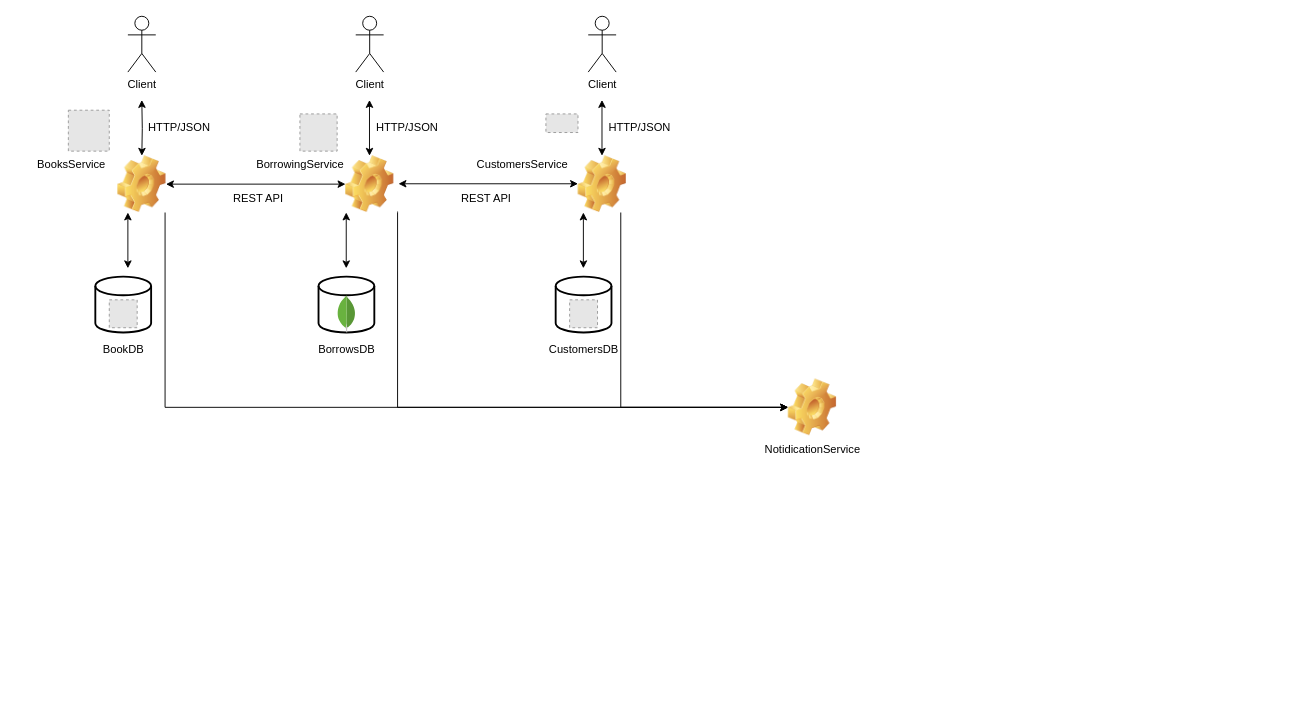
This is architettura.drawio from pabalaba/ITS_ICT_Microservices, a draw.io file, before an edit. Source tidied: cells renumbered, new cells numbered last; positions are measured from the earlier drawing's top-left corner, leaving out a move shared by most shapes. Both pictures are drawn from the tidied source at 93%, with x=0, y=0 at pixel (24, 16). Pictures stored in the file or linked from it are replaced by grey dashed boxes.
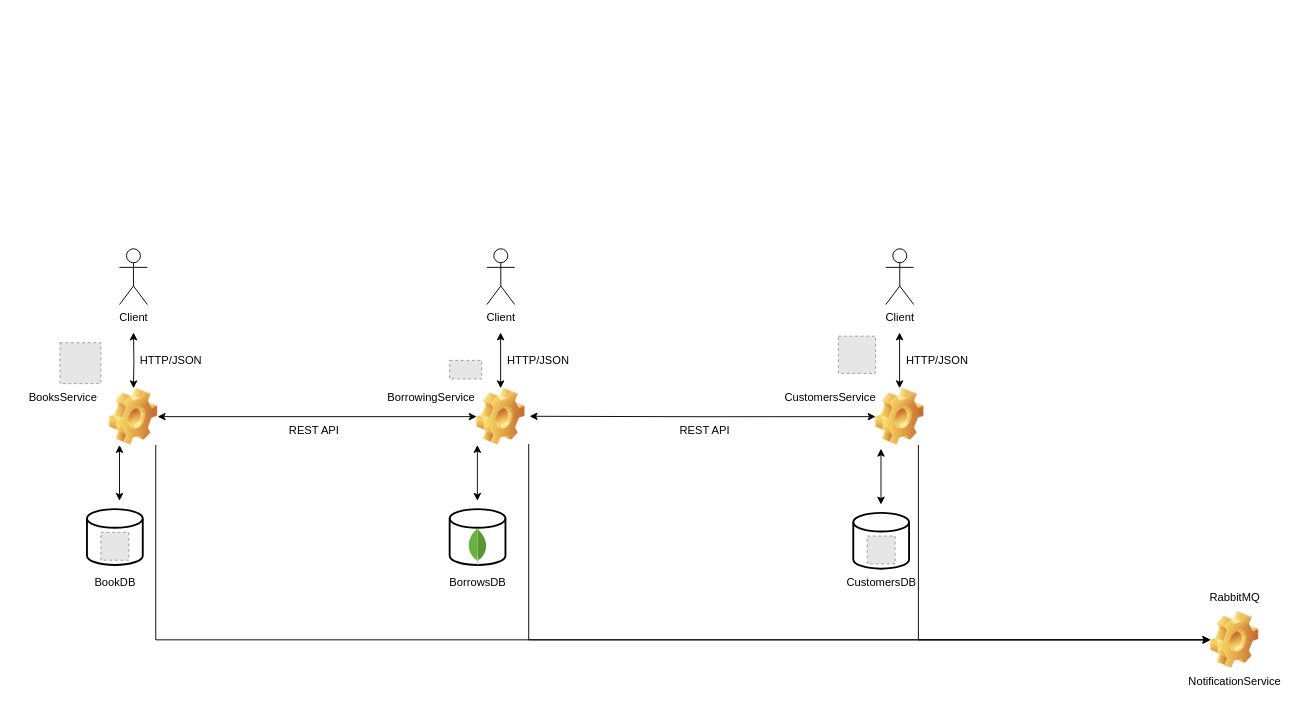
After the change.

What changed in the source:
```diff
@@
     <mxCell id="2" style="edgeStyle=orthogonalEdgeStyle;rounded=0;jettySize=auto;html=1;startArrow=classic;startFill=1;" parent="1" edge="1" target="8">
       <mxGeometry relative="1" as="geometry">
-        <mxPoint x="126" y="90" as="sourcePoint" />
+        <mxPoint x="117" y="340" as="sourcePoint" />
       </mxGeometry>
     </mxCell>
     <mxCell id="3" value="Client" style="shape=umlActor;verticalLabelPosition=bottom;verticalAlign=top;html=1;" parent="1" vertex="1">
-      <mxGeometry x="111" width="30" height="60" as="geometry" />
+      <mxGeometry x="102" y="250" width="30" height="60" as="geometry" />
     </mxCell>
     <mxCell id="4" value="Client" style="shape=umlActor;verticalLabelPosition=bottom;verticalAlign=top;html=1;" parent="1" vertex="1">
-      <mxGeometry x="356" width="30" height="60" as="geometry" />
+      <mxGeometry x="497" y="250" width="30" height="60" as="geometry" />
     </mxCell>
     <mxCell id="5" value="Client" style="shape=umlActor;verticalLabelPosition=bottom;verticalAlign=top;html=1;" parent="1" vertex="1">
-      <mxGeometry x="606" width="30" height="60" as="geometry" />
+      <mxGeometry x="926" y="250" width="30" height="60" as="geometry" />
     </mxCell>
     <mxCell id="6" style="edgeStyle=orthogonalEdgeStyle;rounded=0;jettySize=auto;html=1;entryX=0;entryY=0.5;entryDx=0;entryDy=0;startArrow=none;startFill=0;" parent="1" edge="1" source="8" target="35">
       <mxGeometry relative="1" as="geometry">
         <Array as="points">
-          <mxPoint x="151" y="421" />
+          <mxPoint x="141" y="671" />
         </Array>
       </mxGeometry>
     </mxCell>
@@
     <mxCell id="8" style="shape=image;html=1;verticalLabelPosition=bottom;verticalAlign=top;imageAspect=1;image=img/clipart/Gear_128x128.png;" parent="1" vertex="1">
-      <mxGeometry x="100" y="150" width="52" height="61" as="geometry" />
+      <mxGeometry x="91" y="400" width="52" height="61" as="geometry" />
     </mxCell>
     <mxCell id="9" style="shape=image;html=1;verticalLabelPosition=bottom;verticalAlign=top;imageAspect=1;image=img/clipart/Gear_128x128.png;" parent="1" vertex="1">
-      <mxGeometry x="345" y="150" width="52" height="61" as="geometry" />
+      <mxGeometry x="486" y="400" width="52" height="61" as="geometry" />
     </mxCell>
     <mxCell id="10" style="edgeStyle=orthogonalEdgeStyle;rounded=0;jettySize=auto;html=1;entryX=0;entryY=0.5;entryDx=0;entryDy=0;startArrow=none;startFill=0;" parent="1" edge="1" source="11" target="35">
       <mxGeometry relative="1" as="geometry">
         <Array as="points">
-          <mxPoint x="641" y="421" />
+          <mxPoint x="961" y="671" />
         </Array>
       </mxGeometry>
     </mxCell>
     <mxCell id="11" style="shape=image;html=1;verticalLabelPosition=bottom;verticalAlign=top;imageAspect=1;image=img/clipart/Gear_128x128.png;" parent="1" vertex="1">
-      <mxGeometry x="595" y="150" width="52" height="61" as="geometry" />
+      <mxGeometry x="915" y="400" width="52" height="61" as="geometry" />
     </mxCell>
     <mxCell id="12" style="edgeStyle=orthogonalEdgeStyle;rounded=0;orthogonalLoop=1;jettySize=auto;html=1;startArrow=classic;startFill=1;" parent="1" edge="1">
       <mxGeometry relative="1" as="geometry">
-        <mxPoint x="370.8" y="90" as="sourcePoint" />
-        <mxPoint x="370.8" y="150" as="targetPoint" />
+        <mxPoint x="511.8" y="340" as="sourcePoint" />
+        <mxPoint x="511.8" y="400" as="targetPoint" />
       </mxGeometry>
     </mxCell>
     <mxCell id="13" style="edgeStyle=orthogonalEdgeStyle;rounded=0;orthogonalLoop=1;jettySize=auto;html=1;startArrow=classic;startFill=1;" parent="1" edge="1">
       <mxGeometry relative="1" as="geometry">
-        <mxPoint x="620.8" y="90" as="sourcePoint" />
-        <mxPoint x="620.8" y="150" as="targetPoint" />
+        <mxPoint x="940.8" y="340" as="sourcePoint" />
+        <mxPoint x="940.8" y="400" as="targetPoint" />
       </mxGeometry>
     </mxCell>
     <mxCell id="14" value="HTTP/JSON" style="text;html=1;align=center;verticalAlign=middle;strokeColor=none;fillColor=none;" parent="1" vertex="1">
-      <mxGeometry x="121" y="105" width="90" height="30" as="geometry" />
+      <mxGeometry x="112" y="355" width="90" height="30" as="geometry" />
     </mxCell>
     <mxCell id="15" value="HTTP/JSON" style="text;html=1;align=center;verticalAlign=middle;strokeColor=none;fillColor=none;" parent="1" vertex="1">
-      <mxGeometry x="366" y="105" width="90" height="30" as="geometry" />
+      <mxGeometry x="507" y="355" width="90" height="30" as="geometry" />
     </mxCell>
     <mxCell id="16" value="HTTP/JSON" style="text;html=1;align=center;verticalAlign=middle;strokeColor=none;fillColor=none;" parent="1" vertex="1">
-      <mxGeometry x="616" y="105" width="90" height="30" as="geometry" />
+      <mxGeometry x="936" y="355" width="90" height="30" as="geometry" />
     </mxCell>
     <mxCell id="17" style="edgeStyle=orthogonalEdgeStyle;rounded=0;orthogonalLoop=1;jettySize=auto;html=1;startArrow=classic;startFill=1;" parent="1" edge="1">
       <mxGeometry relative="1" as="geometry">
-        <mxPoint x="111" y="211" as="sourcePoint" />
-        <mxPoint x="111" y="271" as="targetPoint" />
+        <mxPoint x="102" y="461" as="sourcePoint" />
+        <mxPoint x="102" y="521" as="targetPoint" />
       </mxGeometry>
     </mxCell>
     <mxCell id="18" style="edgeStyle=orthogonalEdgeStyle;rounded=0;orthogonalLoop=1;jettySize=auto;html=1;startArrow=classic;startFill=1;" parent="1" edge="1">
       <mxGeometry relative="1" as="geometry">
-        <mxPoint x="345.8" y="211" as="sourcePoint" />
-        <mxPoint x="345.8" y="271" as="targetPoint" />
+        <mxPoint x="486.8" y="461" as="sourcePoint" />
+        <mxPoint x="486.8" y="521" as="targetPoint" />
       </mxGeometry>
     </mxCell>
     <mxCell id="19" style="edgeStyle=orthogonalEdgeStyle;rounded=0;orthogonalLoop=1;jettySize=auto;html=1;startArrow=classic;startFill=1;" parent="1" edge="1">
       <mxGeometry relative="1" as="geometry">
-        <mxPoint x="600.8" y="211" as="sourcePoint" />
-        <mxPoint x="600.8" y="271" as="targetPoint" />
+        <mxPoint x="920.8" y="465" as="sourcePoint" />
+        <mxPoint x="920.8" y="525" as="targetPoint" />
       </mxGeometry>
     </mxCell>
     <mxCell id="20" style="strokeWidth=2;html=1;shape=mxgraph.flowchart.database;whiteSpace=wrap;" parent="1" vertex="1">
-      <mxGeometry x="76" y="280" width="60" height="60" as="geometry" />
+      <mxGeometry x="67" y="530" width="60" height="60" as="geometry" />
     </mxCell>
     <mxCell id="21" style="strokeWidth=2;html=1;shape=mxgraph.flowchart.database;whiteSpace=wrap;" parent="1" vertex="1">
-      <mxGeometry x="316" y="280" width="60" height="60" as="geometry" />
+      <mxGeometry x="457" y="530" width="60" height="60" as="geometry" />
     </mxCell>
     <mxCell id="22" style="strokeWidth=2;html=1;shape=mxgraph.flowchart.database;whiteSpace=wrap;" parent="1" vertex="1">
-      <mxGeometry x="571" y="280" width="60" height="60" as="geometry" />
+      <mxGeometry x="891" y="534" width="60" height="60" as="geometry" />
     </mxCell>
     <mxCell id="23" style="dashed=0;html=1;align=center;labelPosition=center;verticalLabelPosition=bottom;verticalAlign=top;shape=mxgraph.weblogos.mongodb;" parent="1" vertex="1">
-      <mxGeometry x="336" y="299.8" width="20" height="40.2" as="geometry" />
+      <mxGeometry x="477" y="549.8" width="20" height="40.2" as="geometry" />
     </mxCell>
     <mxCell id="24" value="BookDB" style="text;html=1;align=center;verticalAlign=middle;strokeColor=none;fillColor=none;" parent="1" vertex="1">
-      <mxGeometry x="71" y="344" width="70" height="30" as="geometry" />
+      <mxGeometry x="62" y="594" width="70" height="30" as="geometry" />
     </mxCell>
     <mxCell id="25" value="CustomersDB" style="text;html=1;align=center;verticalAlign=middle;strokeColor=none;fillColor=none;" parent="1" vertex="1">
-      <mxGeometry x="551" y="344" width="100" height="30" as="geometry" />
+      <mxGeometry x="871" y="594" width="100" height="30" as="geometry" />
     </mxCell>
     <mxCell id="26" value="BorrowsDB" style="text;html=1;align=center;verticalAlign=middle;strokeColor=none;fillColor=none;" parent="1" vertex="1">
-      <mxGeometry x="306" y="344" width="80" height="30" as="geometry" />
+      <mxGeometry x="447" y="594" width="80" height="30" as="geometry" />
     </mxCell>
     <mxCell id="27" style="fillColor=#E6E6E6;strokeColor=#999999;dashed=1;html=1;verticalAlign=top;verticalLabelPosition=bottom;labelBackgroundColor=#ffffff;" parent="1" vertex="1">
-      <mxGeometry x="47" y="101" width="44" height="44" as="geometry" />
+      <mxGeometry x="38" y="351" width="44" height="44" as="geometry" />
     </mxCell>
     <mxCell id="28" style="fillColor=#E6E6E6;strokeColor=#999999;dashed=1;verticalLabelPosition=bottom;labelBackgroundColor=default;verticalAlign=top;" parent="1" vertex="1">
-      <mxGeometry x="296" y="105" width="40" height="40" as="geometry" />
+      <mxGeometry x="875" y="344" width="40" height="40" as="geometry" />
     </mxCell>
     <mxCell id="29" style="fillColor=#E6E6E6;strokeColor=#999999;dashed=1;verticalLabelPosition=bottom;labelBackgroundColor=default;verticalAlign=top;" parent="1" vertex="1">
-      <mxGeometry x="560.5" y="105" width="34.5" height="20" as="geometry" />
+      <mxGeometry x="457" y="370" width="34.5" height="20" as="geometry" />
     </mxCell>
     <mxCell id="30" style="fillColor=#E6E6E6;strokeColor=#999999;dashed=1;verticalLabelPosition=bottom;labelBackgroundColor=default;verticalAlign=top;" parent="1" vertex="1">
-      <mxGeometry x="91" y="304.9" width="30" height="30" as="geometry" />
+      <mxGeometry x="82" y="554.9" width="30" height="30" as="geometry" />
     </mxCell>
     <mxCell id="31" style="fillColor=#E6E6E6;strokeColor=#999999;dashed=1;verticalLabelPosition=bottom;labelBackgroundColor=default;verticalAlign=top;" parent="1" vertex="1">
-      <mxGeometry x="586" y="304.9" width="30" height="30" as="geometry" />
+      <mxGeometry x="906" y="558.9" width="30" height="30" as="geometry" />
     </mxCell>
     <mxCell id="32" value="BooksService" style="text;html=1;align=center;verticalAlign=middle;strokeColor=none;fillColor=none;" parent="1" vertex="1">
-      <mxGeometry y="145" width="100" height="30" as="geometry" />
+      <mxGeometry x="-9" y="395" width="100" height="30" as="geometry" />
     </mxCell>
     <mxCell id="33" value="BorrowingService" style="text;html=1;align=center;verticalAlign=middle;strokeColor=none;fillColor=none;" parent="1" vertex="1">
-      <mxGeometry x="236" y="145" width="120" height="30" as="geometry" />
+      <mxGeometry x="377" y="395" width="120" height="30" as="geometry" />
     </mxCell>
     <mxCell id="34" value="CustomersService" style="text;html=1;align=center;verticalAlign=middle;strokeColor=none;fillColor=none;" parent="1" vertex="1">
-      <mxGeometry x="475" y="145" width="120" height="30" as="geometry" />
+      <mxGeometry x="806" y="395" width="120" height="30" as="geometry" />
     </mxCell>
     <mxCell id="35" style="shape=image;html=1;verticalLabelPosition=bottom;verticalAlign=top;imageAspect=1;image=img/clipart/Gear_128x128.png;" parent="1" vertex="1">
-      <mxGeometry x="821" y="390" width="52" height="61" as="geometry" />
+      <mxGeometry x="1275" y="640" width="52" height="61" as="geometry" />
     </mxCell>
-    <mxCell id="36" value="NotidicationService" style="text;html=1;align=center;verticalAlign=middle;strokeColor=none;fillColor=none;" parent="1" vertex="1">
-      <mxGeometry x="782" y="451" width="130" height="30" as="geometry" />
+    <mxCell id="36" value="NotificationService" style="text;html=1;align=center;verticalAlign=middle;strokeColor=none;fillColor=none;" parent="1" vertex="1">
+      <mxGeometry x="1241" y="701" width="120" height="30" as="geometry" />
     </mxCell>
-    <mxCell id="37" style="edgeStyle=orthogonalEdgeStyle;rounded=0;orthogonalLoop=1;jettySize=auto;html=1;entryX=0;entryY=0.5;entryDx=0;entryDy=0;startArrow=none;startFill=0;" parent="1" edge="1">
+    <mxCell id="37" style="edgeStyle=orthogonalEdgeStyle;rounded=0;jettySize=auto;html=1;startArrow=none;startFill=0;entryX=0;entryY=0.5;entryDx=0;entryDy=0;" parent="1" edge="1" target="35">
       <mxGeometry relative="1" as="geometry">
-        <mxPoint x="401" y="210" as="sourcePoint" />
-        <mxPoint x="821" y="420.5" as="targetPoint" />
+        <mxPoint x="542" y="460" as="sourcePoint" />
         <Array as="points">
-          <mxPoint x="401" y="211" />
-          <mxPoint x="401" y="420" />
+          <mxPoint x="542" y="671" />
         </Array>
       </mxGeometry>
     </mxCell>
-    <mxCell id="38" style="edgeStyle=orthogonalEdgeStyle;rounded=0;orthogonalLoop=1;jettySize=auto;html=1;entryX=0;entryY=0.5;entryDx=0;entryDy=0;startArrow=classic;startFill=1;" parent="1" edge="1">
+    <mxCell id="38" style="edgeStyle=orthogonalEdgeStyle;rounded=0;jettySize=auto;html=1;entryX=0;entryY=0.5;entryDx=0;entryDy=0;startArrow=classic;startFill=1;" parent="1" edge="1" target="11">
       <mxGeometry relative="1" as="geometry">
-        <mxPoint x="402" y="180.1" as="sourcePoint" />
-        <mxPoint x="595" y="180.1" as="targetPoint" />
+        <mxPoint x="543" y="430.1" as="sourcePoint" />
       </mxGeometry>
     </mxCell>
     <mxCell id="39" value="REST API" style="text;html=1;align=center;verticalAlign=middle;strokeColor=none;fillColor=none;" parent="1" vertex="1">
-      <mxGeometry x="211" y="181" width="80" height="30" as="geometry" />
+      <mxGeometry x="271" y="431" width="80" height="30" as="geometry" />
     </mxCell>
     <mxCell id="40" value="REST API" style="text;html=1;align=center;verticalAlign=middle;strokeColor=none;fillColor=none;" parent="1" vertex="1">
-      <mxGeometry x="456" y="181" width="80" height="30" as="geometry" />
+      <mxGeometry x="691" y="431" width="80" height="30" as="geometry" />
     </mxCell>
+    <mxCell id="41" value="RabbitMQ" style="text;html=1;align=center;verticalAlign=middle;strokeColor=none;fillColor=none;" parent="1" vertex="1">
+      <mxGeometry x="1261" y="610" width="80" height="30" as="geometry" />
+    </mxCell>
```
